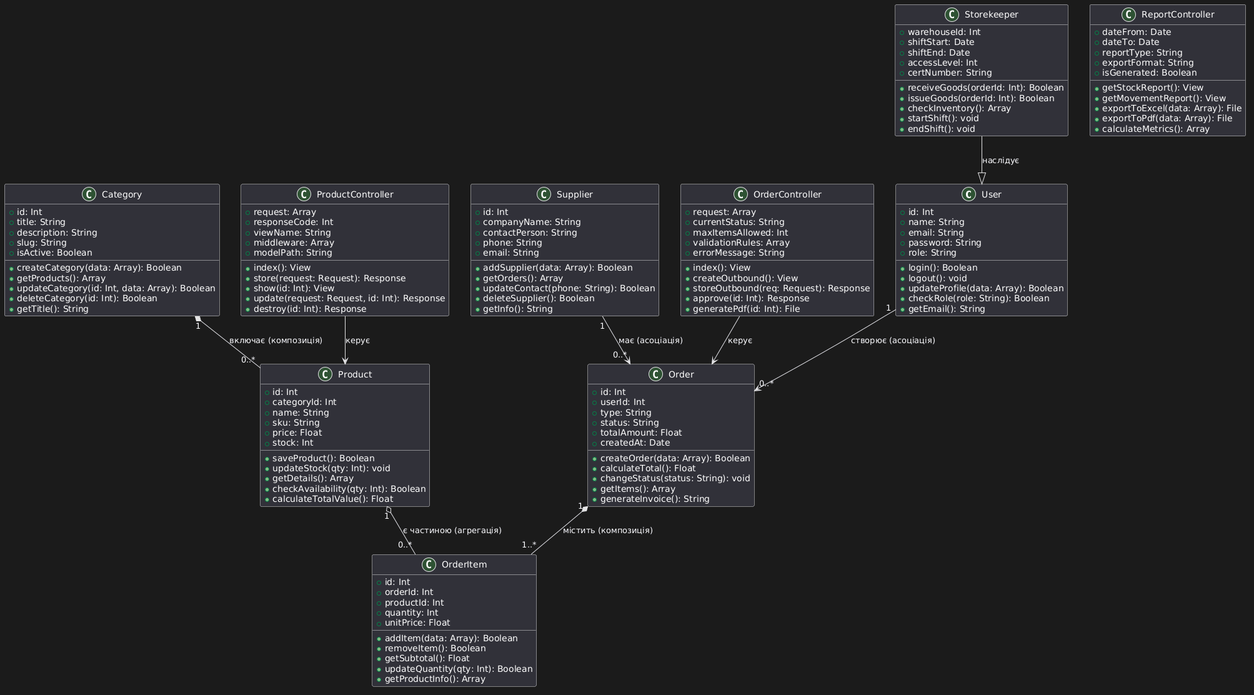
Above: docs/class_diagram.png in Arsen818/ci-cd-lab (PlantUML), before the change. Its diagram source:
```plantuml
@startuml
class User {
  + id: Int
  + name: String
  + email: String
  + password: String
  + role: String
  + login(): Boolean
  + logout(): void
  + updateProfile(data: Array): Boolean
  + checkRole(role: String): Boolean
  + getEmail(): String
}

class Storekeeper {
  + warehouseId: Int
  + shiftStart: Date
  + shiftEnd: Date
  + accessLevel: Int
  + certNumber: String
  + receiveGoods(orderId: Int): Boolean
  + issueGoods(orderId: Int): Boolean
  + checkInventory(): Array
  + startShift(): void
  + endShift(): void
}

class Category {
  + id: Int
  + title: String
  + description: String
  + slug: String
  + isActive: Boolean
  + createCategory(data: Array): Boolean
  + getProducts(): Array
  + updateCategory(id: Int, data: Array): Boolean
  + deleteCategory(id: Int): Boolean
  + getTitle(): String
}

class Product {
  + id: Int
  + categoryId: Int
  + name: String
  + sku: String
  + price: Float
  + stock: Int
  + saveProduct(): Boolean
  + updateStock(qty: Int): void
  + getDetails(): Array
  + checkAvailability(qty: Int): Boolean
  + calculateTotalValue(): Float
}

class Supplier {
  + id: Int
  + companyName: String
  + contactPerson: String
  + phone: String
  + email: String
  + addSupplier(data: Array): Boolean
  + getOrders(): Array
  + updateContact(phone: String): Boolean
  + deleteSupplier(): Boolean
  + getInfo(): String
}

class Order {
  + id: Int
  + userId: Int
  + type: String
  + status: String
  + totalAmount: Float
  + createdAt: Date
  + createOrder(data: Array): Boolean
  + calculateTotal(): Float
  + changeStatus(status: String): void
  + getItems(): Array
  + generateInvoice(): String
}

class OrderItem {
  + id: Int
  + orderId: Int
  + productId: Int
  + quantity: Int
  + unitPrice: Float
  + addItem(data: Array): Boolean
  + removeItem(): Boolean
  + getSubtotal(): Float
  + updateQuantity(qty: Int): Boolean
  + getProductInfo(): Array
}

class ProductController {
  + request: Array
  + responseCode: Int
  + viewName: String
  + middleware: Array
  + modelPath: String
  + index(): View
  + store(request: Request): Response
  + show(id: Int): View
  + update(request: Request, id: Int): Response
  + destroy(id: Int): Response
}

class OrderController {
  + request: Array
  + currentStatus: String
  + maxItemsAllowed: Int
  + validationRules: Array
  + errorMessage: String
  + index(): View
  + createOutbound(): View
  + storeOutbound(req: Request): Response
  + approve(id: Int): Response
  + generatePdf(id: Int): File
}

class ReportController {
  + dateFrom: Date
  + dateTo: Date
  + reportType: String
  + exportFormat: String
  + isGenerated: Boolean
  + getStockReport(): View
  + getMovementReport(): View
  + exportToExcel(data: Array): File
  + exportToPdf(data: Array): File
  + calculateMetrics(): Array
}

Storekeeper --|> User : наслідує
Category "1" *-- "0..*" Product : включає (композиція)
Order "1" *-- "1..*" OrderItem : містить (композиція)
Product "1" o-- "0..*" OrderItem : є частиною (агрегація)
Supplier "1" --> "0..*" Order : має (асоціація)
User "1" --> "0..*" Order : створює (асоціація)
ProductController --> Product : керує
OrderController --> Order : керує
@enduml
```
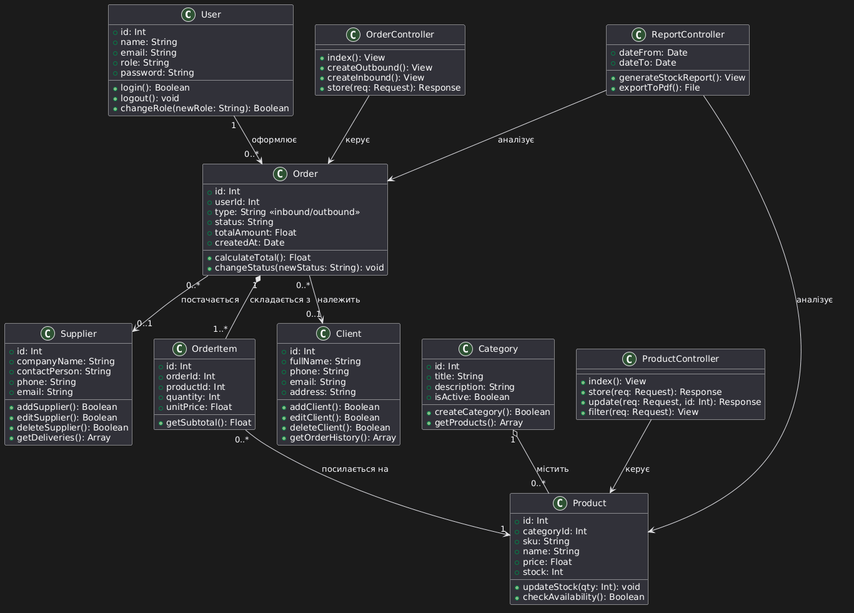
Above is the later version.

Commit message:
Оновлено Use Case та Class діаграми

What changed in the source:
```diff
@@ -3,53 +3,23 @@
   + id: Int
   + name: String
   + email: String
+  + role: String
   + password: String
-  + role: String
   + login(): Boolean
   + logout(): void
-  + updateProfile(data: Array): Boolean
-  + checkRole(role: String): Boolean
-  + getEmail(): String
+  + changeRole(newRole: String): Boolean
 }
 
-class Storekeeper {
-  + warehouseId: Int
-  + shiftStart: Date
-  + shiftEnd: Date
-  + accessLevel: Int
-  + certNumber: String
-  + receiveGoods(orderId: Int): Boolean
-  + issueGoods(orderId: Int): Boolean
-  + checkInventory(): Array
-  + startShift(): void
-  + endShift(): void
-}
-
-class Category {
+class Client {
   + id: Int
-  + title: String
-  + description: String
-  + slug: String
-  + isActive: Boolean
-  + createCategory(data: Array): Boolean
-  + getProducts(): Array
-  + updateCategory(id: Int, data: Array): Boolean
-  + deleteCategory(id: Int): Boolean
-  + getTitle(): String
-}
-
-class Product {
-  + id: Int
-  + categoryId: Int
-  + name: String
-  + sku: String
-  + price: Float
-  + stock: Int
-  + saveProduct(): Boolean
-  + updateStock(qty: Int): void
-  + getDetails(): Array
-  + checkAvailability(qty: Int): Boolean
-  + calculateTotalValue(): Float
+  + fullName: String
+  + phone: String
+  + email: String
+  + address: String
+  + addClient(): Boolean
+  + editClient(): Boolean
+  + deleteClient(): Boolean
+  + getOrderHistory(): Array
 }
 
 class Supplier {
@@ -58,25 +28,41 @@
   + contactPerson: String
   + phone: String
   + email: String
-  + addSupplier(data: Array): Boolean
-  + getOrders(): Array
-  + updateContact(phone: String): Boolean
+  + addSupplier(): Boolean
+  + editSupplier(): Boolean
   + deleteSupplier(): Boolean
-  + getInfo(): String
+  + getDeliveries(): Array
+}
+
+class Category {
+  + id: Int
+  + title: String
+  + description: String
+  + isActive: Boolean
+  + createCategory(): Boolean
+  + getProducts(): Array
+}
+
+class Product {
+  + id: Int
+  + categoryId: Int
+  + sku: String
+  + name: String
+  + price: Float
+  + stock: Int
+  + updateStock(qty: Int): void
+  + checkAvailability(): Boolean
 }
 
 class Order {
   + id: Int
   + userId: Int
-  + type: String
+  + type: String <<inbound/outbound>>
   + status: String
   + totalAmount: Float
   + createdAt: Date
-  + createOrder(data: Array): Boolean
   + calculateTotal(): Float
-  + changeStatus(status: String): void
-  + getItems(): Array
-  + generateInvoice(): String
+  + changeStatus(newStatus: String): void
 }
 
 class OrderItem {
@@ -85,58 +71,42 @@
   + productId: Int
   + quantity: Int
   + unitPrice: Float
-  + addItem(data: Array): Boolean
-  + removeItem(): Boolean
   + getSubtotal(): Float
-  + updateQuantity(qty: Int): Boolean
-  + getProductInfo(): Array
 }
 
 class ProductController {
-  + request: Array
-  + responseCode: Int
-  + viewName: String
-  + middleware: Array
-  + modelPath: String
   + index(): View
-  + store(request: Request): Response
-  + show(id: Int): View
-  + update(request: Request, id: Int): Response
-  + destroy(id: Int): Response
+  + store(req: Request): Response
+  + update(req: Request, id: Int): Response
+  + filter(req: Request): View
 }
 
 class OrderController {
-  + request: Array
-  + currentStatus: String
-  + maxItemsAllowed: Int
-  + validationRules: Array
-  + errorMessage: String
   + index(): View
   + createOutbound(): View
-  + storeOutbound(req: Request): Response
-  + approve(id: Int): Response
-  + generatePdf(id: Int): File
+  + createInbound(): View
+  + store(req: Request): Response
 }
 
 class ReportController {
   + dateFrom: Date
   + dateTo: Date
-  + reportType: String
-  + exportFormat: String
-  + isGenerated: Boolean
-  + getStockReport(): View
-  + getMovementReport(): View
-  + exportToExcel(data: Array): File
-  + exportToPdf(data: Array): File
-  + calculateMetrics(): Array
+  + generateStockReport(): View
+  + exportToPdf(): File
 }
 
-Storekeeper --|> User : наслідує
-Category "1" *-- "0..*" Product : включає (композиція)
-Order "1" *-- "1..*" OrderItem : містить (композиція)
-Product "1" o-- "0..*" OrderItem : є частиною (агрегація)
-Supplier "1" --> "0..*" Order : має (асоціація)
-User "1" --> "0..*" Order : створює (асоціація)
+
+Category "1" o-- "0..*" Product : містить
+
+Order "1" *-- "1..*" OrderItem : складається з
+
+OrderItem "0..*" --> "1" Product : посилається на
+Order "0..*" --> "0..1" Client : належить
+Order "0..*" --> "0..1" Supplier : постачається
+User "1" --> "0..*" Order : оформлює
+
 ProductController --> Product : керує
 OrderController --> Order : керує
+ReportController --> Order : аналізує
+ReportController --> Product : аналізує
 @enduml
```
